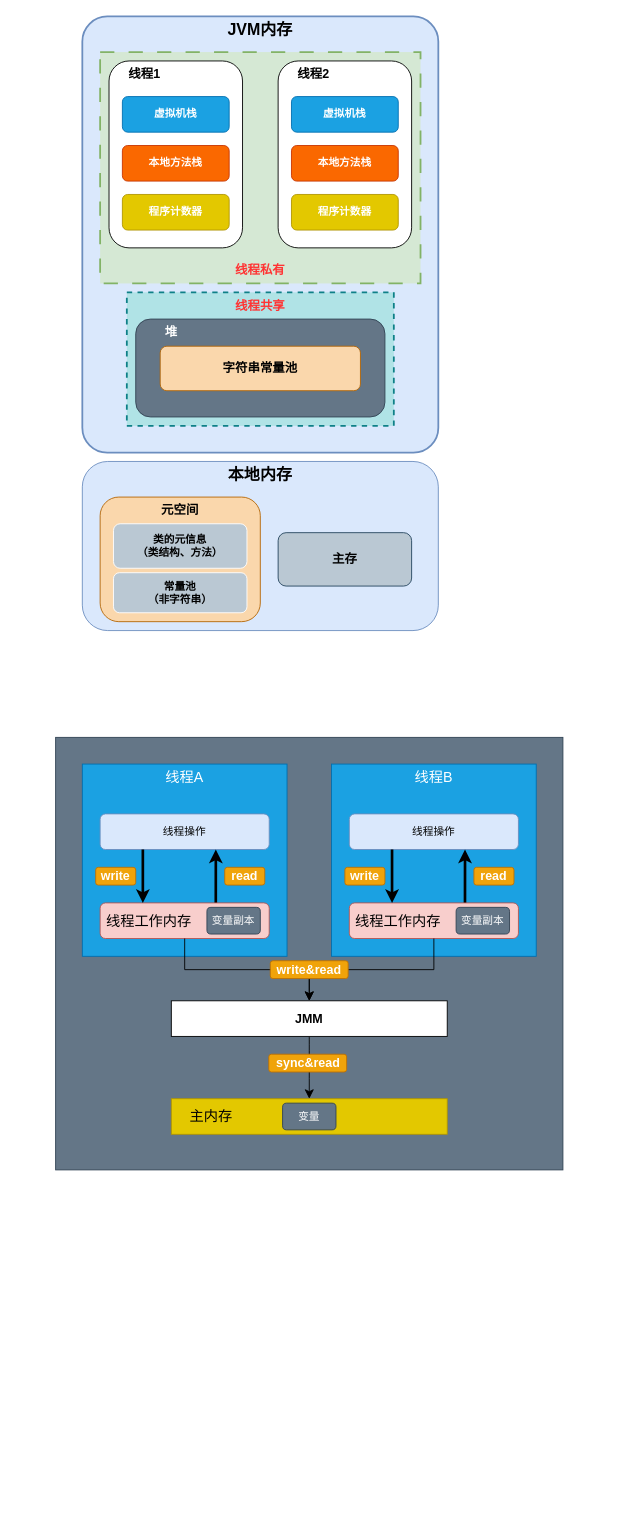
This is JavaDiagrams/未命名绘图.drawio from M3Darren/Draw.io, a draw.io file, before an edit. Source tidied: cells renumbered, new cells numbered last; positions are measured from the earlier drawing's top-left corner, leaving out a move shared by most shapes. Both pictures are drawn from the tidied source at 89%, with x=0, y=0 at pixel (55, 16).
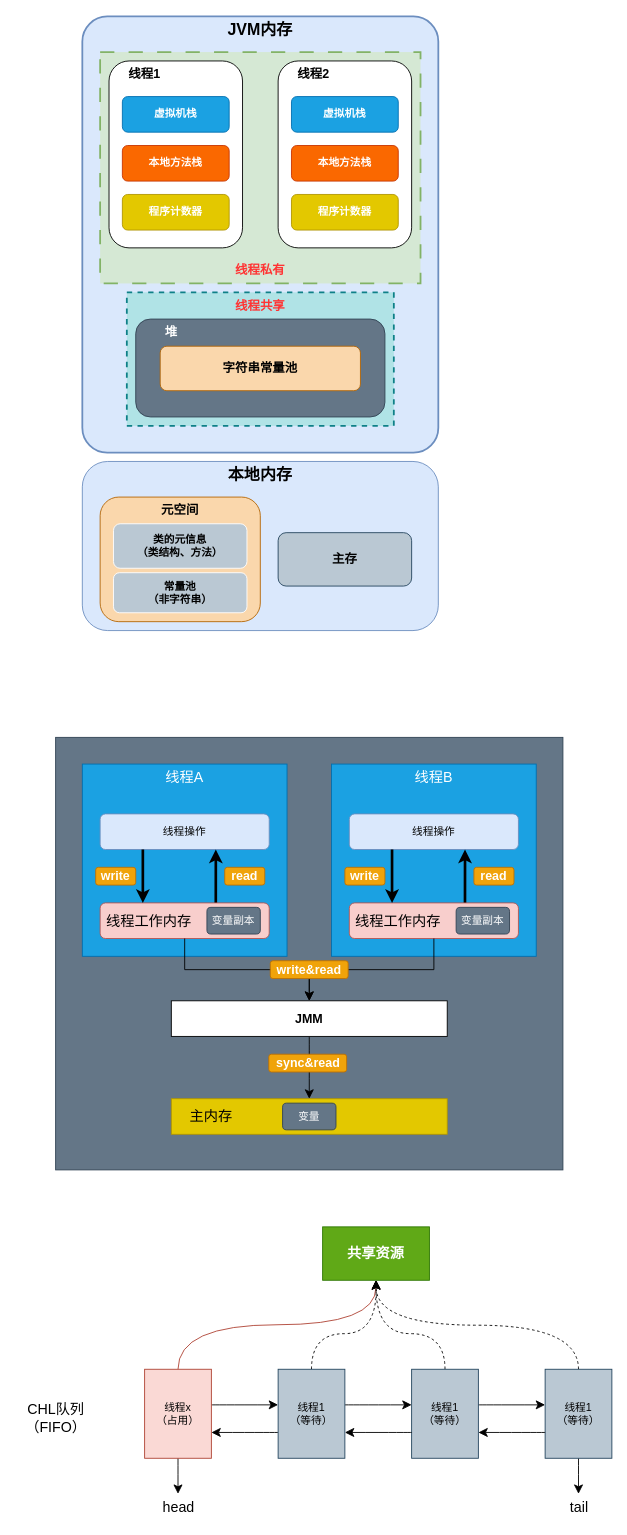
The same page after the edit.

The edit, as a diff of the source:
```diff
@@
+    <mxCell id="64" value="&lt;b&gt;&lt;font style=&quot;font-size: 16px;&quot;&gt;共享资源&lt;/font&gt;&lt;/b&gt;" style="rounded=0;whiteSpace=wrap;html=1;fillColor=#60a917;fontColor=#ffffff;strokeColor=#2D7600;" parent="1" vertex="1">
+      <mxGeometry x="300" y="1360" width="120" height="60" as="geometry" />
+    </mxCell>
+    <mxCell id="65" style="edgeStyle=none;curved=1;rounded=0;orthogonalLoop=1;jettySize=auto;html=1;fontSize=12;startSize=8;endSize=8;" parent="1" edge="1">
+      <mxGeometry relative="1" as="geometry">
+        <mxPoint x="175" y="1560" as="sourcePoint" />
+        <mxPoint x="250" y="1560" as="targetPoint" />
+      </mxGeometry>
+    </mxCell>
+    <mxCell id="66" style="edgeStyle=none;curved=1;rounded=0;jettySize=auto;html=1;fontSize=12;startSize=8;endSize=8;" parent="1" edge="1" source="68">
+      <mxGeometry relative="1" as="geometry">
+        <mxPoint x="137.5" y="1660" as="targetPoint" />
+      </mxGeometry>
+    </mxCell>
+    <mxCell id="67" style="edgeStyle=orthogonalEdgeStyle;rounded=0;jettySize=auto;html=1;entryX=0.5;entryY=1;entryDx=0;entryDy=0;fontSize=12;startSize=8;endSize=8;curved=1;fillColor=#fad9d5;strokeColor=#ae4132;" parent="1" edge="1" source="68" target="64">
+      <mxGeometry relative="1" as="geometry">
+        <Array as="points">
+          <mxPoint x="138" y="1470" />
+          <mxPoint x="360" y="1470" />
+        </Array>
+      </mxGeometry>
+    </mxCell>
+    <mxCell id="68" value="线程x&lt;div&gt;（占用）&lt;/div&gt;" style="rounded=0;whiteSpace=wrap;html=1;fillColor=#fad9d5;strokeColor=#ae4132;" parent="1" vertex="1">
+      <mxGeometry x="100" y="1520" width="75" height="100" as="geometry" />
+    </mxCell>
+    <mxCell id="69" style="edgeStyle=none;curved=1;rounded=0;orthogonalLoop=1;jettySize=auto;html=1;fontSize=12;startSize=8;endSize=8;" parent="1" edge="1">
+      <mxGeometry relative="1" as="geometry">
+        <mxPoint x="325" y="1560" as="sourcePoint" />
+        <mxPoint x="400" y="1560" as="targetPoint" />
+      </mxGeometry>
+    </mxCell>
+    <mxCell id="70" style="edgeStyle=none;curved=1;rounded=0;orthogonalLoop=1;jettySize=auto;html=1;entryX=1;entryY=0.75;entryDx=0;entryDy=0;fontSize=12;startSize=8;endSize=8;exitX=0;exitY=0.75;exitDx=0;exitDy=0;" parent="1" edge="1">
+      <mxGeometry relative="1" as="geometry">
+        <mxPoint x="250" y="1591" as="sourcePoint" />
+        <mxPoint x="175" y="1591" as="targetPoint" />
+      </mxGeometry>
+    </mxCell>
+    <mxCell id="71" style="edgeStyle=orthogonalEdgeStyle;curved=1;rounded=0;jettySize=auto;html=1;fontSize=12;startSize=8;endSize=8;exitX=0.5;exitY=0;exitDx=0;exitDy=0;dashed=1;" parent="1" edge="1" source="72">
+      <mxGeometry relative="1" as="geometry">
+        <mxPoint x="360" y="1420" as="targetPoint" />
+        <Array as="points">
+          <mxPoint x="288" y="1480" />
+          <mxPoint x="361" y="1480" />
+        </Array>
+      </mxGeometry>
+    </mxCell>
+    <mxCell id="72" value="线程1&lt;div&gt;（等待）&lt;/div&gt;" style="rounded=0;whiteSpace=wrap;html=1;fillColor=#bac8d3;strokeColor=#23445d;" parent="1" vertex="1">
+      <mxGeometry x="250" y="1520" width="75" height="100" as="geometry" />
+    </mxCell>
+    <mxCell id="73" style="edgeStyle=none;curved=1;rounded=0;orthogonalLoop=1;jettySize=auto;html=1;fontSize=12;startSize=8;endSize=8;" parent="1" edge="1">
+      <mxGeometry relative="1" as="geometry">
+        <mxPoint x="475" y="1560" as="sourcePoint" />
+        <mxPoint x="550" y="1560" as="targetPoint" />
+      </mxGeometry>
+    </mxCell>
+    <mxCell id="74" style="edgeStyle=orthogonalEdgeStyle;curved=1;rounded=0;jettySize=auto;html=1;entryX=0.5;entryY=1;entryDx=0;entryDy=0;fontSize=12;startSize=8;endSize=8;dashed=1;" parent="1" edge="1" source="75" target="64">
+      <mxGeometry relative="1" as="geometry">
+        <Array as="points">
+          <mxPoint x="438" y="1480" />
+          <mxPoint x="360" y="1480" />
+        </Array>
+      </mxGeometry>
+    </mxCell>
+    <mxCell id="75" value="线程1&lt;div&gt;（等待）&lt;/div&gt;" style="rounded=0;whiteSpace=wrap;html=1;fillColor=#bac8d3;strokeColor=#23445d;" parent="1" vertex="1">
+      <mxGeometry x="400" y="1520" width="75" height="100" as="geometry" />
+    </mxCell>
+    <mxCell id="76" style="edgeStyle=none;curved=1;rounded=0;jettySize=auto;html=1;fontSize=12;startSize=8;endSize=8;" parent="1" edge="1" source="78">
+      <mxGeometry relative="1" as="geometry">
+        <mxPoint x="587.5" y="1660" as="targetPoint" />
+      </mxGeometry>
+    </mxCell>
+    <mxCell id="77" style="edgeStyle=orthogonalEdgeStyle;curved=1;rounded=0;jettySize=auto;html=1;fontSize=12;startSize=8;endSize=8;exitX=0.5;exitY=0;exitDx=0;exitDy=0;dashed=1;" parent="1" edge="1" source="78">
+      <mxGeometry relative="1" as="geometry">
+        <mxPoint x="360" y="1420" as="targetPoint" />
+      </mxGeometry>
+    </mxCell>
+    <mxCell id="78" value="线程1&lt;div&gt;（等待）&lt;/div&gt;" style="rounded=0;whiteSpace=wrap;html=1;fillColor=#bac8d3;strokeColor=#23445d;" parent="1" vertex="1">
+      <mxGeometry x="550" y="1520" width="75" height="100" as="geometry" />
+    </mxCell>
+    <mxCell id="79" style="edgeStyle=none;curved=1;rounded=0;orthogonalLoop=1;jettySize=auto;html=1;fontSize=12;startSize=8;endSize=8;entryX=1;entryY=0.75;entryDx=0;entryDy=0;exitX=0;exitY=0.75;exitDx=0;exitDy=0;" parent="1" edge="1">
+      <mxGeometry relative="1" as="geometry">
+        <mxPoint x="400" y="1591" as="sourcePoint" />
+        <mxPoint x="325" y="1591" as="targetPoint" />
+      </mxGeometry>
+    </mxCell>
+    <mxCell id="80" style="edgeStyle=none;curved=1;rounded=0;orthogonalLoop=1;jettySize=auto;html=1;fontSize=12;startSize=8;endSize=8;entryX=1;entryY=0.75;entryDx=0;entryDy=0;exitX=0;exitY=0.75;exitDx=0;exitDy=0;" parent="1" edge="1">
+      <mxGeometry relative="1" as="geometry">
+        <mxPoint x="550" y="1591" as="sourcePoint" />
+        <mxPoint x="475" y="1591" as="targetPoint" />
+      </mxGeometry>
+    </mxCell>
+    <mxCell id="81" value="head" style="text;html=1;align=center;verticalAlign=middle;strokeColor=none;fillColor=none;fontSize=16;" parent="1" vertex="1">
+      <mxGeometry x="107.5" y="1660" width="60" height="30" as="geometry" />
+    </mxCell>
+    <mxCell id="82" value="tail" style="text;html=1;align=center;verticalAlign=middle;strokeColor=none;fillColor=none;fontSize=16;" parent="1" vertex="1">
+      <mxGeometry x="567.5" y="1660" width="40" height="30" as="geometry" />
+    </mxCell>
+    <mxCell id="83" value="CHL队列&lt;div&gt;（FIFO）&lt;/div&gt;" style="text;html=1;align=center;verticalAlign=middle;strokeColor=none;fillColor=none;fontSize=16;" parent="1" vertex="1">
+      <mxGeometry x="-45" y="1550" width="90" height="50" as="geometry" />
+    </mxCell>
```
